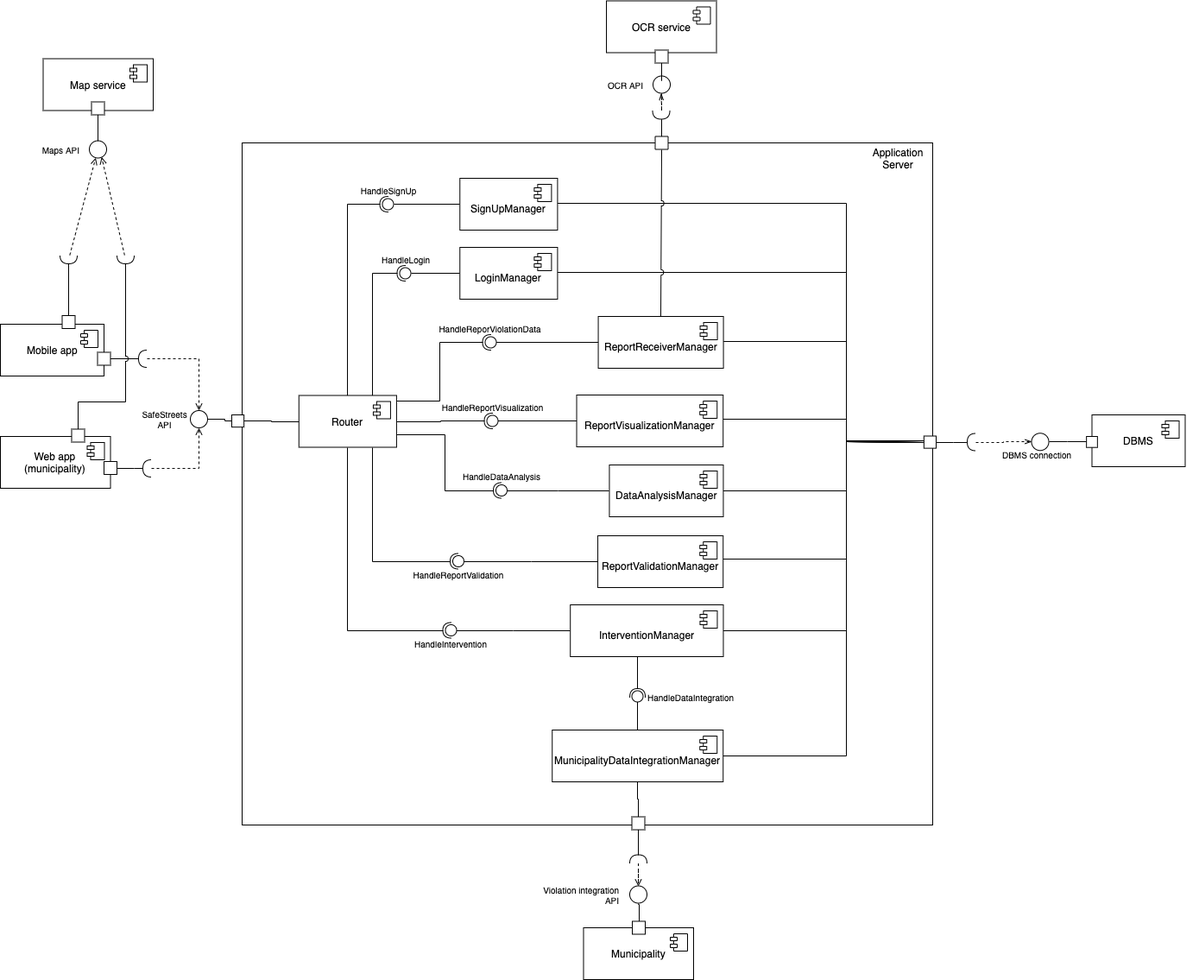
The draw.io diagram Documentation/DD/Images/componentsDiagram.png in AndreaFalanti/FalantiHuang-SwEngineering2, before a commit. Source tidied: cells renumbered, new cells last; positions are measured from the earlier drawing's top-left corner, leaving out a move shared by most shapes.
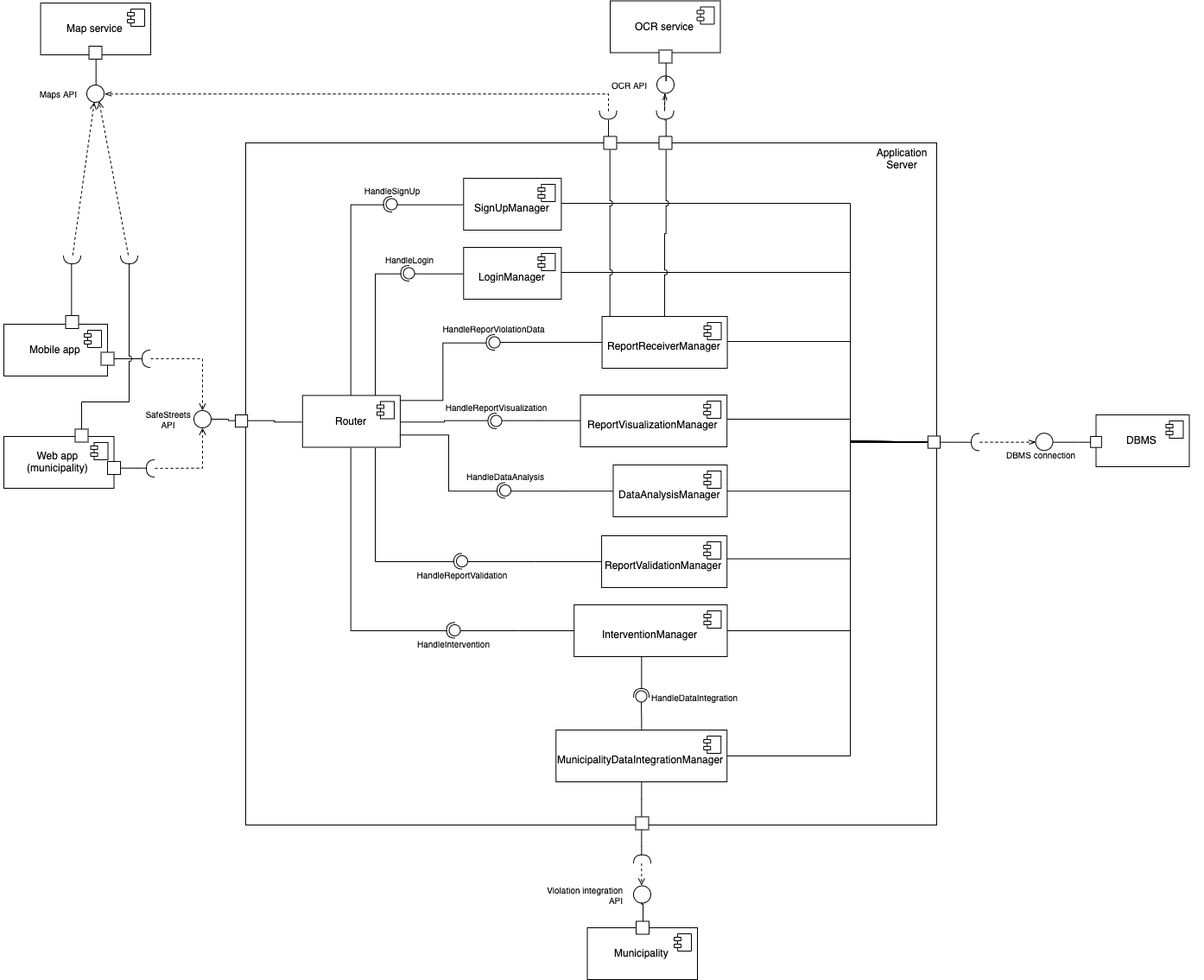
Above is the later version.

Diff of the diagram source:
```diff
@@ -397,7 +397,7 @@
       </mxGeometry>
     </mxCell>
     <mxCell id="111" style="group;" parent="1" vertex="1">
-      <mxGeometry x="3" y="161.5" width="120" height="20" as="geometry" />
+      <mxGeometry x="-4" y="97" width="120" height="20" as="geometry" />
     </mxCell>
     <mxCell id="112" style="ellipse;whiteSpace=wrap;html=1;align=center;fontFamily=Helvetica;fontSize=12;" parent="111" vertex="1">
       <mxGeometry x="100" width="20" height="20" as="geometry" />
@@ -406,7 +406,7 @@
       <mxGeometry y="5" width="90" height="10" as="geometry" />
     </mxCell>
     <mxCell id="114" style="group;" parent="1" vertex="1">
-      <mxGeometry x="49.5" y="66.5" width="127.5" height="60" as="geometry" />
+      <mxGeometry x="42.5" y="2" width="127.5" height="60" as="geometry" />
     </mxCell>
     <mxCell id="115" value="Map service" style="html=1;align=center;fontFamily=Helvetica;fontSize=12;" parent="114" vertex="1">
       <mxGeometry width="127.5" height="60" as="geometry" />
@@ -420,7 +420,7 @@
       <mxGeometry relative="1" as="geometry" />
     </mxCell>
     <mxCell id="118" style="whiteSpace=wrap;html=1;align=center;fontFamily=Helvetica;fontSize=12;" parent="1" vertex="1">
-      <mxGeometry x="105.5" y="116.5" width="15" height="15" as="geometry" />
+      <mxGeometry x="98.5" y="52" width="15" height="15" as="geometry" />
     </mxCell>
     <mxCell id="119" style="group;" parent="1" vertex="1">
       <mxGeometry x="1069.9" y="479" width="318.1" height="60" as="geometry" />
@@ -562,5 +562,29 @@
     <mxCell id="162" style="whiteSpace=wrap;html=1;align=center;fontFamily=Helvetica;fontSize=12;direction=west;" parent="149" vertex="1">
       <mxGeometry x="102.5" y="157" width="15" height="15" as="geometry" />
     </mxCell>
+    <mxCell id="163" style="edgeStyle=orthogonalEdgeStyle;rounded=0;jumpStyle=none;jettySize=auto;html=1;exitX=0.5;exitY=1;exitDx=0;exitDy=0;entryX=1;entryY=0.5;entryDx=0;entryDy=0;entryPerimeter=0;endArrow=none;endFill=0;" parent="149" edge="1" source="164" target="165">
+      <mxGeometry relative="1" as="geometry" />
+    </mxCell>
+    <mxCell id="164" style="whiteSpace=wrap;html=1;align=center;fontFamily=Helvetica;fontSize=12;direction=west;" parent="149" vertex="1">
+      <mxGeometry x="38.5" y="157" width="15" height="15" as="geometry" />
+    </mxCell>
+    <mxCell id="165" style="shape=requiredInterface;html=1;verticalLabelPosition=bottom;direction=south;" parent="149" vertex="1">
+      <mxGeometry x="33.5" y="127" width="20" height="10" as="geometry" />
+    </mxCell>
+    <mxCell id="166" style="edgeStyle=orthogonalEdgeStyle;rounded=0;jettySize=auto;html=1;entryX=0.5;entryY=0;entryDx=0;entryDy=0;endArrow=none;endFill=0;jumpStyle=arc;" parent="1" edge="1" source="53" target="164">
+      <mxGeometry relative="1" as="geometry">
+        <Array as="points">
+          <mxPoint x="702" y="224" />
+          <mxPoint x="702" y="224" />
+        </Array>
+      </mxGeometry>
+    </mxCell>
+    <mxCell id="167" style="rounded=0;jumpStyle=none;jettySize=auto;html=1;exitX=0;exitY=0.5;exitDx=0;exitDy=0;exitPerimeter=0;entryX=1;entryY=0.5;entryDx=0;entryDy=0;endArrow=openThin;endFill=0;dashed=1;edgeStyle=elbowEdgeStyle;" parent="1" edge="1" source="165" target="112">
+      <mxGeometry relative="1" as="geometry">
+        <Array as="points">
+          <mxPoint x="700" y="114" />
+        </Array>
+      </mxGeometry>
+    </mxCell>
   </root>
 </mxGraphModel>
```
